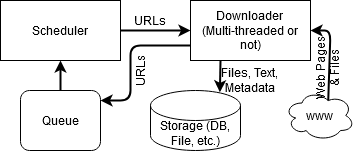
Before: main_document/images/02-Crawler/Crawler-Standard-Crawler.png, a diagram exported from draw.io (Sentiments-of-Bundestag/Dokumentation). Source tidied: cells renumbered, new cells last; positions are measured from the earlier drawing's top-left corner, leaving out a move shared by most shapes.
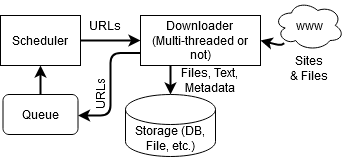
The same file after the commit.

The edit, as a diff of the source:
```diff
@@ -3,15 +3,15 @@
     <mxCell id="0" />
     <mxCell id="1" parent="0" />
     <mxCell id="2" value="www" style="ellipse;shape=cloud;whiteSpace=wrap;html=1;" parent="1" vertex="1">
-      <mxGeometry x="284" y="90" width="70" height="50" as="geometry" />
+      <mxGeometry x="323.5" y="-15" width="70" height="50" as="geometry" />
     </mxCell>
     <mxCell id="3" value="&lt;div&gt;Downloader &lt;br&gt;&lt;/div&gt;&lt;div&gt;(Multi-threaded or not)&lt;/div&gt;" style="rounded=0;whiteSpace=wrap;html=1;strokeWidth=1;fillColor=none;" parent="1" vertex="1">
-      <mxGeometry x="190" width="120" height="60" as="geometry" />
+      <mxGeometry x="190" width="120" height="50" as="geometry" />
     </mxCell>
     <mxCell id="4" value="Queue" style="rounded=1;whiteSpace=wrap;html=1;strokeWidth=1;fillColor=none;" parent="1" vertex="1">
-      <mxGeometry x="20" y="90" width="80" height="60" as="geometry" />
+      <mxGeometry x="52.5" y="79" width="75" height="40" as="geometry" />
     </mxCell>
-    <mxCell id="5" style="endArrow=none;html=1;strokeWidth=2;startArrow=classic;startFill=1;endFill=0;exitX=1;exitY=0.5;exitDx=0;exitDy=0;entryX=0.625;entryY=0.2;entryDx=0;entryDy=0;entryPerimeter=0;" parent="1" edge="1" source="3" target="2">
+    <mxCell id="5" style="endArrow=none;html=1;strokeWidth=2;startArrow=classic;startFill=1;endFill=0;exitX=1;exitY=0.5;exitDx=0;exitDy=0;" parent="1" edge="1" source="3" target="2">
       <mxGeometry relative="1" as="geometry">
         <Array as="points">
           <mxPoint x="330" y="30" />
@@ -19,13 +19,13 @@
       </mxGeometry>
     </mxCell>
     <mxCell id="6" value="Scheduler" style="rounded=0;whiteSpace=wrap;html=1;strokeWidth=1;fillColor=none;" parent="1" vertex="1">
-      <mxGeometry width="120" height="60" as="geometry" />
+      <mxGeometry x="50" width="80" height="50" as="geometry" />
     </mxCell>
     <mxCell id="7" style="endArrow=classic;html=1;strokeWidth=2;" parent="1" edge="1" source="6" target="3">
       <mxGeometry relative="1" as="geometry" />
     </mxCell>
     <mxCell id="8" value="Storage (DB, File, etc.)" style="shape=cylinder3;whiteSpace=wrap;html=1;boundedLbl=1;backgroundOutline=1;size=15;strokeWidth=1;fillColor=none;" parent="1" vertex="1">
-      <mxGeometry x="150" y="90" width="90" height="60" as="geometry" />
+      <mxGeometry x="175" y="79" width="90" height="62" as="geometry" />
     </mxCell>
     <mxCell id="9" style="endArrow=classic;html=1;strokeWidth=2;" parent="1" edge="1" source="4" target="6">
       <mxGeometry relative="1" as="geometry" />
@@ -33,25 +33,27 @@
     <mxCell id="10" style="endArrow=classic;html=1;strokeWidth=2;exitX=0;exitY=0.75;exitDx=0;exitDy=0;edgeStyle=orthogonalEdgeStyle;" parent="1" edge="1" source="3" target="4">
       <mxGeometry relative="1" as="geometry">
         <Array as="points">
-          <mxPoint x="130" y="45" />
-          <mxPoint x="130" y="100" />
+          <mxPoint x="160" y="38" />
+          <mxPoint x="160" y="100" />
         </Array>
       </mxGeometry>
     </mxCell>
-    <mxCell id="11" style="endArrow=none;html=1;strokeWidth=2;startArrow=classic;startFill=1;endFill=0;entryX=0.25;entryY=1;entryDx=0;entryDy=0;exitX=0.771;exitY=0.03;exitDx=0;exitDy=0;exitPerimeter=0;" parent="1" edge="1" source="8" target="3">
-      <mxGeometry relative="1" as="geometry" />
+    <mxCell id="11" style="endArrow=none;html=1;strokeWidth=2;startArrow=classic;startFill=1;endFill=0;exitX=0.5;exitY=0;exitDx=0;exitDy=0;exitPerimeter=0;" parent="1" edge="1" source="8">
+      <mxGeometry relative="1" as="geometry">
+        <mxPoint x="220" y="50" as="targetPoint" />
+      </mxGeometry>
     </mxCell>
-    <mxCell id="12" value="&lt;div&gt;Web Pages &lt;br&gt;&lt;/div&gt;&lt;div&gt;&amp;amp; Files&lt;/div&gt;" style="text;html=1;strokeColor=none;fillColor=none;align=center;verticalAlign=middle;whiteSpace=wrap;rounded=0;rotation=-90;" parent="1" vertex="1">
-      <mxGeometry x="292.5" y="52.5" width="69" height="30" as="geometry" />
+    <mxCell id="12" value="&lt;div&gt;Sites&lt;br&gt;&lt;/div&gt;&lt;div&gt;&amp;amp; Files&lt;/div&gt;" style="text;html=1;strokeColor=none;fillColor=none;align=center;verticalAlign=middle;whiteSpace=wrap;rounded=0;rotation=0;" parent="1" vertex="1">
+      <mxGeometry x="334.8" y="38" width="47.5" height="30" as="geometry" />
     </mxCell>
     <mxCell id="13" value="&lt;div&gt;Files, Text, &lt;br&gt;&lt;/div&gt;&lt;div&gt;Metadata&lt;/div&gt;" style="text;html=1;strokeColor=none;fillColor=none;align=center;verticalAlign=middle;whiteSpace=wrap;rounded=0;rotation=0;" parent="1" vertex="1">
-      <mxGeometry x="220" y="70" width="60" height="20" as="geometry" />
+      <mxGeometry x="230" y="55" width="60" height="20" as="geometry" />
     </mxCell>
     <mxCell id="14" value="URLs" style="text;html=1;strokeColor=none;fillColor=none;align=center;verticalAlign=middle;whiteSpace=wrap;rounded=0;rotation=-90;" parent="1" vertex="1">
-      <mxGeometry x="120" y="60" width="40" height="20" as="geometry" />
+      <mxGeometry x="130" y="68" width="40" height="20" as="geometry" />
     </mxCell>
     <mxCell id="15" value="URLs" style="text;html=1;strokeColor=none;fillColor=none;align=center;verticalAlign=middle;whiteSpace=wrap;rounded=0;" parent="1" vertex="1">
-      <mxGeometry x="130" y="10" width="40" height="20" as="geometry" />
+      <mxGeometry x="135" width="40" height="20" as="geometry" />
     </mxCell>
   </root>
 </mxGraphModel>
```
